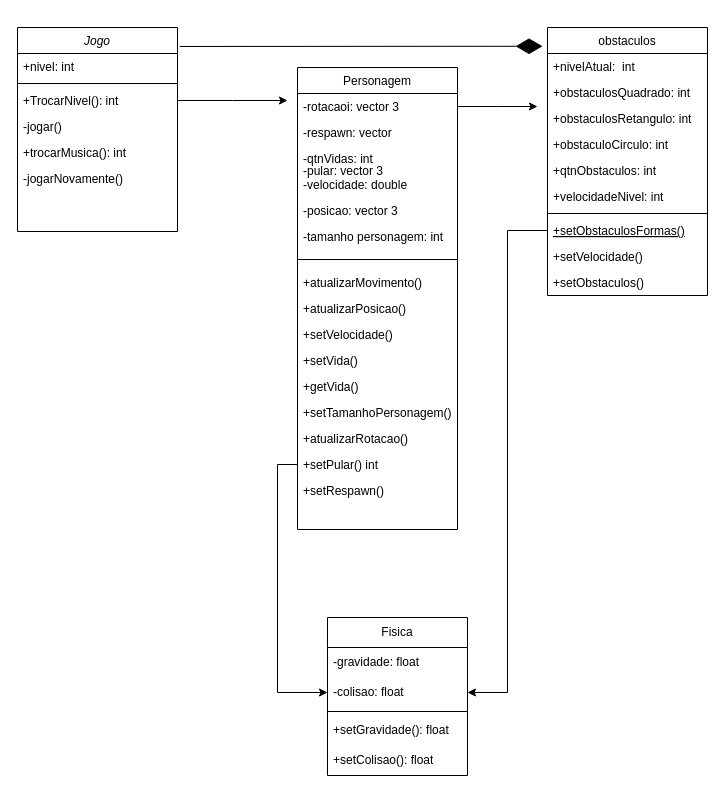
KalCastro/Game_Deep keeps this draw.io diagram as Diagrama sem nome.drawio. Above is the earlier version. Source tidied: cells renumbered, new cells numbered last; positions are measured from the earlier drawing's top-left corner, leaving out a move shared by most shapes. Both pictures are drawn from the tidied source at 100%, with x=0, y=0 at pixel (17, 27).
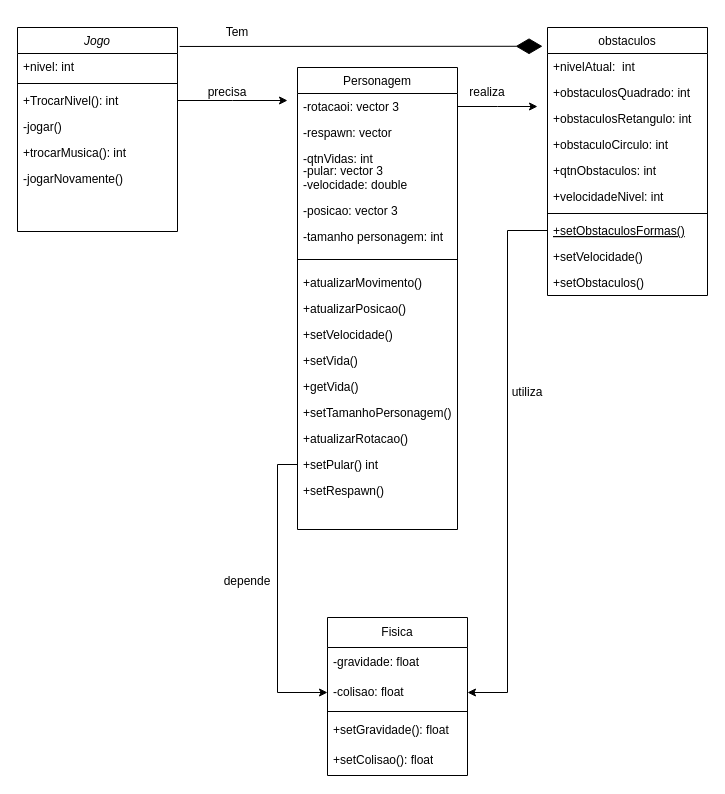
After the change.

What changed in the source:
```diff
@@
+    <mxCell id="49" value="Tem" style="text;html=1;strokeColor=none;fillColor=none;align=center;verticalAlign=middle;whiteSpace=wrap;rounded=0;" parent="1" vertex="1">
+      <mxGeometry x="190" y="-10" width="60" height="30" as="geometry" />
+    </mxCell>
+    <mxCell id="50" value="utiliza" style="text;html=1;strokeColor=none;fillColor=none;align=center;verticalAlign=middle;whiteSpace=wrap;rounded=0;" parent="1" vertex="1">
+      <mxGeometry x="480" y="350" width="60" height="30" as="geometry" />
+    </mxCell>
+    <mxCell id="51" value="realiza" style="text;html=1;strokeColor=none;fillColor=none;align=center;verticalAlign=middle;whiteSpace=wrap;rounded=0;" parent="1" vertex="1">
+      <mxGeometry x="440" y="50" width="60" height="30" as="geometry" />
+    </mxCell>
+    <mxCell id="52" value="precisa" style="text;html=1;strokeColor=none;fillColor=none;align=center;verticalAlign=middle;whiteSpace=wrap;rounded=0;" parent="1" vertex="1">
+      <mxGeometry x="180" y="50" width="60" height="30" as="geometry" />
+    </mxCell>
+    <mxCell id="53" value="depende" style="text;html=1;strokeColor=none;fillColor=none;align=center;verticalAlign=middle;whiteSpace=wrap;rounded=0;" parent="1" vertex="1">
+      <mxGeometry x="200" y="539" width="60" height="30" as="geometry" />
+    </mxCell>
```
